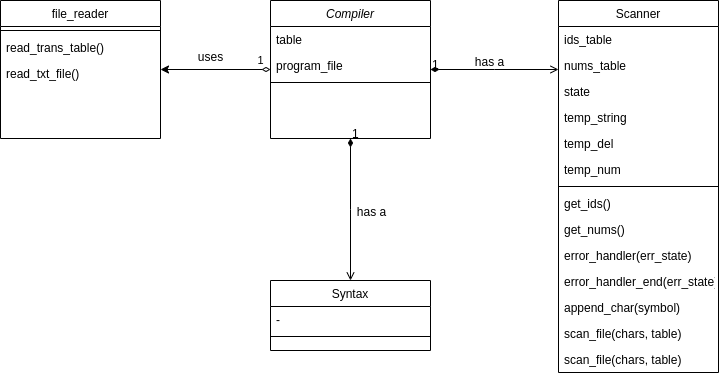
Giogurt/python-compiler keeps this draw.io diagram as class_diagram.png. Above is the earlier version. Source tidied: cells renumbered, new cells last; positions are measured from the earlier drawing's top-left corner, leaving out a move shared by most shapes.
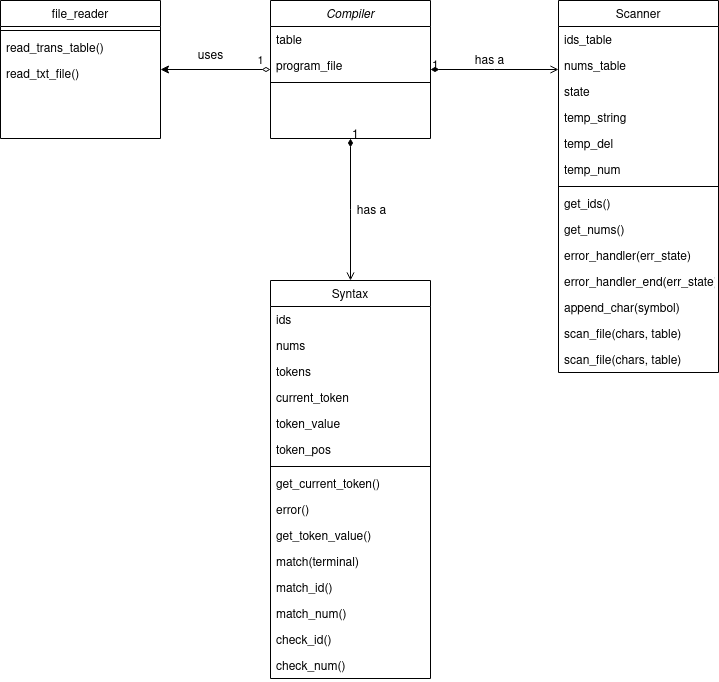
The same diagram one commit later.

The edit, as a diff of the source:
```diff
@@ -30,14 +30,53 @@
       <mxGeometry y="60" width="160" height="26" as="geometry" />
     </mxCell>
     <mxCell id="11" value="Syntax" style="swimlane;fontStyle=0;align=center;verticalAlign=top;horizontal=1;startSize=26;rounded=0;shadow=0;strokeWidth=1;" parent="1" vertex="1">
-      <mxGeometry x="270" y="280" width="160" height="70" as="geometry" />
+      <mxGeometry x="270" y="280" width="160" height="398" as="geometry" />
     </mxCell>
+    <mxCell id="36" value="ids" style="text;align=left;verticalAlign=top;spacingLeft=4;spacingRight=4;overflow=hidden;" parent="11" vertex="1">
+      <mxGeometry y="26" width="160" height="26" as="geometry" />
+    </mxCell>
+    <mxCell id="37" value="nums" style="text;align=left;verticalAlign=top;spacingLeft=4;spacingRight=4;overflow=hidden;" parent="11" vertex="1">
+      <mxGeometry y="52" width="160" height="26" as="geometry" />
+    </mxCell>
+    <mxCell id="38" value="tokens" style="text;align=left;verticalAlign=top;spacingLeft=4;spacingRight=4;overflow=hidden;" parent="11" vertex="1">
+      <mxGeometry y="78" width="160" height="26" as="geometry" />
+    </mxCell>
+    <mxCell id="39" value="current_token" style="text;align=left;verticalAlign=top;spacingLeft=4;spacingRight=4;overflow=hidden;" parent="11" vertex="1">
+      <mxGeometry y="104" width="160" height="26" as="geometry" />
+    </mxCell>
+    <mxCell id="40" value="token_value" style="text;align=left;verticalAlign=top;spacingLeft=4;spacingRight=4;overflow=hidden;" parent="11" vertex="1">
+      <mxGeometry y="130" width="160" height="26" as="geometry" />
+    </mxCell>
-    <mxCell id="12" value="-" style="text;align=left;verticalAlign=top;spacingLeft=4;spacingRight=4;overflow=hidden;" parent="11" vertex="1">
-      <mxGeometry y="26" width="160" height="26" as="geometry" />
+    <mxCell id="12" value="token_pos" style="text;align=left;verticalAlign=top;spacingLeft=4;spacingRight=4;overflow=hidden;" parent="11" vertex="1">
+      <mxGeometry y="156" width="160" height="26" as="geometry" />
     </mxCell>
     <mxCell id="13" style="line;html=1;strokeWidth=1;align=left;verticalAlign=middle;spacingTop=-1;spacingLeft=3;spacingRight=3;labelPosition=right;" parent="11" vertex="1">
-      <mxGeometry y="52" width="160" height="8" as="geometry" />
+      <mxGeometry y="182" width="160" height="8" as="geometry" />
     </mxCell>
+    <mxCell id="41" value="get_current_token()" style="text;align=left;verticalAlign=top;spacingLeft=4;spacingRight=4;overflow=hidden;" parent="11" vertex="1">
+      <mxGeometry y="190" width="160" height="26" as="geometry" />
+    </mxCell>
+    <mxCell id="42" value="error()" style="text;align=left;verticalAlign=top;spacingLeft=4;spacingRight=4;overflow=hidden;" parent="11" vertex="1">
+      <mxGeometry y="216" width="160" height="26" as="geometry" />
+    </mxCell>
+    <mxCell id="43" value="get_token_value()" style="text;align=left;verticalAlign=top;spacingLeft=4;spacingRight=4;overflow=hidden;" parent="11" vertex="1">
+      <mxGeometry y="242" width="160" height="26" as="geometry" />
+    </mxCell>
+    <mxCell id="44" value="match(terminal)" style="text;align=left;verticalAlign=top;spacingLeft=4;spacingRight=4;overflow=hidden;" parent="11" vertex="1">
+      <mxGeometry y="268" width="160" height="26" as="geometry" />
+    </mxCell>
+    <mxCell id="45" value="match_id()" style="text;align=left;verticalAlign=top;spacingLeft=4;spacingRight=4;overflow=hidden;" parent="11" vertex="1">
+      <mxGeometry y="294" width="160" height="26" as="geometry" />
+    </mxCell>
+    <mxCell id="46" value="match_num()" style="text;align=left;verticalAlign=top;spacingLeft=4;spacingRight=4;overflow=hidden;" parent="11" vertex="1">
+      <mxGeometry y="320" width="160" height="26" as="geometry" />
+    </mxCell>
+    <mxCell id="47" value="check_id()" style="text;align=left;verticalAlign=top;spacingLeft=4;spacingRight=4;overflow=hidden;" parent="11" vertex="1">
+      <mxGeometry y="346" width="160" height="26" as="geometry" />
+    </mxCell>
+    <mxCell id="48" value="check_num()" style="text;align=left;verticalAlign=top;spacingLeft=4;spacingRight=4;overflow=hidden;" parent="11" vertex="1">
+      <mxGeometry y="372" width="160" height="26" as="geometry" />
+    </mxCell>
     <mxCell id="14" value="Scanner" style="swimlane;fontStyle=0;align=center;verticalAlign=top;horizontal=1;startSize=26;rounded=0;shadow=0;strokeWidth=1;" parent="1" vertex="1">
       <mxGeometry x="558" width="160" height="372" as="geometry" />
     </mxCell>
```
